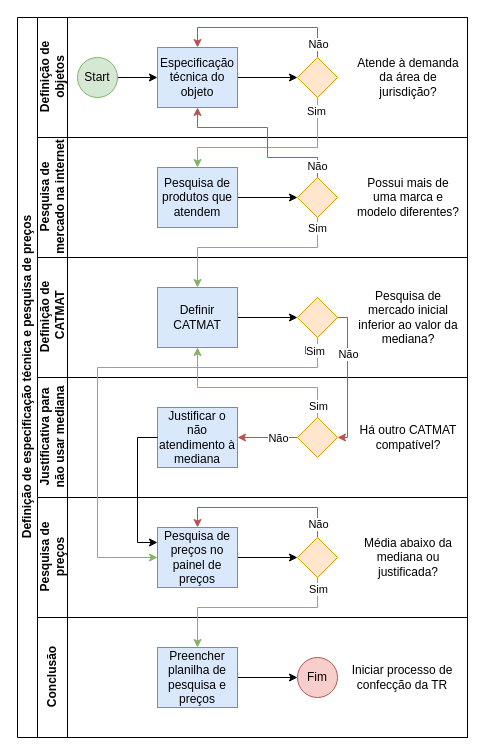
Above: Especificação_técnica_licitacao.drawio in Joaovictor-gf/draw.io (draw.io), before the change. Source tidied: cells renumbered, new cells numbered last; positions are measured from the earlier drawing's top-left corner, leaving out a move shared by most shapes. Both pictures are drawn from the tidied source at 100%, with x=0, y=0 at pixel (17, 17).
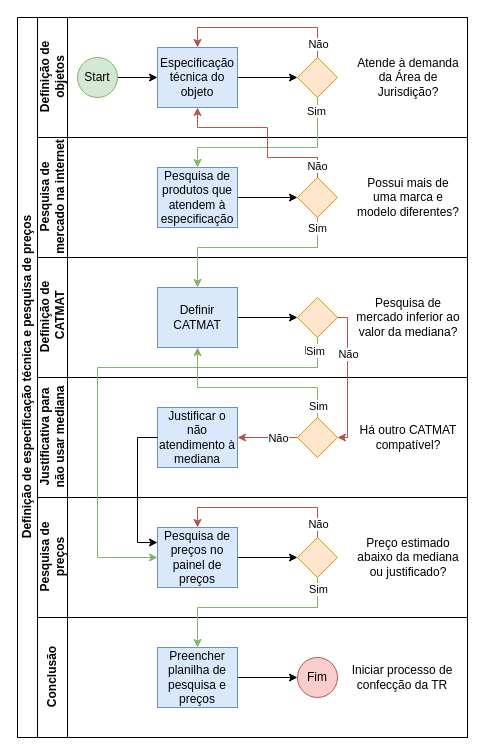
The same diagram, later.

Commit message:
Ajuste de texto Especificação_técnica_licitacao.drawio

Unchanged cells that the change refers to:
```xml
<mxCell id="3" value="&lt;div&gt;Definição de&lt;/div&gt;&lt;div&gt;objetos&lt;/div&gt;" style="swimlane;html=1;startSize=30;horizontal=0;" parent="2" vertex="1">
  <mxGeometry x="20" width="430" height="120" as="geometry" />
</mxCell>
<mxCell id="12" value="&lt;div&gt;Pesquisa de&lt;/div&gt;&lt;div&gt;mercado na internet&lt;br&gt;&lt;/div&gt;" style="swimlane;html=1;startSize=30;horizontal=0;" parent="2" vertex="1">
  <mxGeometry x="20" y="120" width="430" height="120" as="geometry" />
</mxCell>
<mxCell id="17" value="&lt;div&gt;Definição de&lt;/div&gt;&lt;div&gt;&amp;nbsp;CATMAT&lt;/div&gt;" style="swimlane;html=1;startSize=30;horizontal=0;" parent="2" vertex="1">
  <mxGeometry x="20" y="240" width="430" height="120" as="geometry" />
</mxCell>
<mxCell id="28" value="&lt;div&gt;Pesquisa de&lt;/div&gt;&lt;div&gt;preços&lt;br&gt;&lt;/div&gt;" style="swimlane;html=1;startSize=30;horizontal=0;" parent="2" vertex="1">
  <mxGeometry x="20" y="480" width="430" height="120" as="geometry" />
</mxCell>
```

What changed in the source:
```diff
@@
-    <mxCell id="11" value="Atende à demanda da área de jurisdição?" style="text;html=1;align=center;verticalAlign=middle;whiteSpace=wrap;rounded=0;" parent="3" vertex="1">
+    <mxCell id="11" value="Atende à demanda da Área de Jurisdição?" style="text;html=1;align=center;verticalAlign=middle;whiteSpace=wrap;rounded=0;" parent="3" vertex="1">
       <mxGeometry x="316" y="27.5" width="110" height="65" as="geometry" />
     </mxCell>
@@
-    <mxCell id="14" value="Pesquisa de produtos que atendem" style="rounded=0;whiteSpace=wrap;html=1;fontFamily=Helvetica;fontSize=12;align=center;fillColor=#dae8fc;strokeColor=#6c8ebf;" parent="12" vertex="1">
+    <mxCell id="14" value="&lt;div&gt;Pesquisa de produtos que atendem à&lt;/div&gt;&lt;div&gt;especificação&lt;br&gt;&lt;/div&gt;" style="rounded=0;whiteSpace=wrap;html=1;fontFamily=Helvetica;fontSize=12;align=center;fillColor=#dae8fc;strokeColor=#6c8ebf;" parent="12" vertex="1">
       <mxGeometry x="120" y="30" width="80" height="60" as="geometry" />
     </mxCell>
@@
-    <mxCell id="21" value="Pesquisa de mercado inicial inferior ao valor da mediana?" style="text;html=1;align=center;verticalAlign=middle;whiteSpace=wrap;rounded=0;" parent="17" vertex="1">
+    <mxCell id="21" value="Pesquisa de mercado inferior ao valor da mediana?" style="text;html=1;align=center;verticalAlign=middle;whiteSpace=wrap;rounded=0;" parent="17" vertex="1">
       <mxGeometry x="316" y="27.5" width="110" height="65" as="geometry" />
     </mxCell>
@@
-    <mxCell id="32" value="Média abaixo da mediana ou justificada?" style="text;html=1;align=center;verticalAlign=middle;whiteSpace=wrap;rounded=0;" parent="28" vertex="1">
+    <mxCell id="32" value="Preço estimado abaixo da mediana ou justificado?" style="text;html=1;align=center;verticalAlign=middle;whiteSpace=wrap;rounded=0;" parent="28" vertex="1">
       <mxGeometry x="316" y="27.5" width="110" height="65" as="geometry" />
     </mxCell>
```
